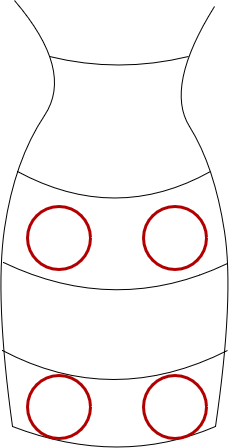
Above: Diagram bez tytułu3.png in adamski83/sklep (draw.io), before the change. Source tidied: cells renumbered, new cells last; positions are measured from the earlier drawing's top-left corner, leaving out a move shared by most shapes. Its diagram source:
```xml
<mxGraphModel>
  <root>
    <mxCell id="0" />
    <mxCell id="1" parent="0" />
    <mxCell id="2" style="endArrow=none;html=1;strokeColor=#000000;strokeWidth=1;curved=1;" parent="1" edge="1">
      <mxGeometry relative="1" as="geometry">
        <mxPoint x="221" y="426" as="sourcePoint" />
        <mxPoint x="220" y="6" as="targetPoint" />
        <Array as="points">
          <mxPoint x="240" y="296" />
          <mxPoint x="220" y="166" />
          <mxPoint x="170" y="86" />
        </Array>
      </mxGeometry>
    </mxCell>
    <mxCell id="3" style="endArrow=none;html=1;strokeColor=#000000;strokeWidth=1;curved=1;" parent="1" edge="1">
      <mxGeometry relative="1" as="geometry">
        <mxPoint x="18" y="426" as="sourcePoint" />
        <mxPoint x="20" as="targetPoint" />
        <Array as="points">
          <mxPoint y="296" />
          <mxPoint x="20" y="160" />
          <mxPoint x="80" y="70" />
        </Array>
      </mxGeometry>
    </mxCell>
    <mxCell id="4" style="endArrow=none;html=1;strokeColor=#000000;strokeWidth=1;spacing=1;jumpSize=1;curved=1;" parent="1" edge="1">
      <mxGeometry relative="1" as="geometry">
        <mxPoint x="55" y="56" as="sourcePoint" />
        <mxPoint x="194" y="56" as="targetPoint" />
        <Array as="points">
          <mxPoint x="124" y="73" />
        </Array>
      </mxGeometry>
    </mxCell>
    <mxCell id="5" style="endArrow=none;html=1;strokeColor=#000000;strokeWidth=1;curved=1;" parent="1" edge="1">
      <mxGeometry relative="1" as="geometry">
        <mxPoint x="18" y="426" as="sourcePoint" />
        <mxPoint x="221" y="426" as="targetPoint" />
        <Array as="points">
          <mxPoint x="125" y="467" />
        </Array>
      </mxGeometry>
    </mxCell>
    <mxCell id="6" style="endArrow=none;html=1;strokeColor=#000000;strokeWidth=1;curved=1;" parent="1" edge="1">
      <mxGeometry relative="1" as="geometry">
        <mxPoint x="8" y="350" as="sourcePoint" />
        <mxPoint x="233" y="350" as="targetPoint" />
        <Array as="points">
          <mxPoint x="118" y="408" />
        </Array>
      </mxGeometry>
    </mxCell>
    <mxCell id="7" style="endArrow=none;html=1;strokeColor=#000000;strokeWidth=1;curved=1;" parent="1" edge="1">
      <mxGeometry relative="1" as="geometry">
        <mxPoint x="9" y="262" as="sourcePoint" />
        <mxPoint x="233" y="263" as="targetPoint" />
        <Array as="points">
          <mxPoint x="122" y="316" />
        </Array>
      </mxGeometry>
    </mxCell>
    <mxCell id="8" style="endArrow=none;html=1;strokeColor=#000000;strokeWidth=1;curved=1;" parent="1" edge="1">
      <mxGeometry relative="1" as="geometry">
        <mxPoint x="23" y="171" as="sourcePoint" />
        <mxPoint x="216" y="171" as="targetPoint" />
        <Array as="points">
          <mxPoint x="121" y="224" />
        </Array>
      </mxGeometry>
    </mxCell>
    <mxCell id="9" style="ellipse;whiteSpace=wrap;html=1;rounded=0;sketch=0;strokeWidth=3;strokeColor=#B20000;fontColor=#ffffff;fillColor=none;" parent="1" vertex="1">
      <mxGeometry x="149" y="375" width="63" height="63" as="geometry" />
    </mxCell>
    <mxCell id="10" style="ellipse;whiteSpace=wrap;html=1;rounded=0;sketch=0;strokeWidth=3;strokeColor=#B20000;fontColor=#ffffff;fillColor=none;" parent="1" vertex="1">
      <mxGeometry x="33" y="375" width="63" height="63" as="geometry" />
    </mxCell>
    <mxCell id="11" style="ellipse;whiteSpace=wrap;html=1;rounded=0;sketch=0;strokeWidth=3;strokeColor=#B20000;fontColor=#ffffff;fillColor=none;" parent="1" vertex="1">
      <mxGeometry x="149" y="206" width="63" height="63" as="geometry" />
    </mxCell>
    <mxCell id="12" style="ellipse;whiteSpace=wrap;html=1;rounded=0;sketch=0;strokeWidth=3;strokeColor=#B20000;fontColor=#ffffff;fillColor=none;" parent="1" vertex="1">
      <mxGeometry x="33" y="206" width="63" height="63" as="geometry" />
    </mxCell>
  </root>
</mxGraphModel>
```
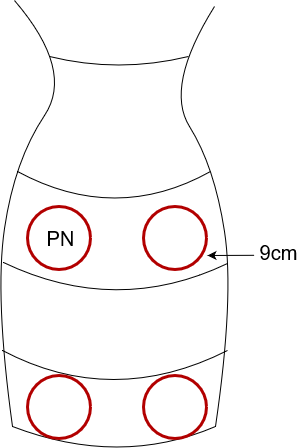
The same file after the commit.

Change to the diagram source:
```diff
@@ -81,5 +81,16 @@
     <mxCell id="12" style="ellipse;whiteSpace=wrap;html=1;rounded=0;sketch=0;strokeWidth=3;strokeColor=#B20000;fontColor=#ffffff;fillColor=none;" parent="1" vertex="1">
       <mxGeometry x="33" y="206" width="63" height="63" as="geometry" />
     </mxCell>
+    <mxCell id="13" value="PN" style="text;html=1;align=center;verticalAlign=middle;fontSize=20;" parent="1" vertex="1">
+      <mxGeometry x="46" y="223" width="39" height="29" as="geometry" />
+    </mxCell>
+    <mxCell id="14" value="9cm" style="text;html=1;align=center;verticalAlign=middle;points=[];fontSize=20;" parent="1" vertex="1">
+      <mxGeometry x="259" y="237" width="49" height="29" as="geometry" />
+    </mxCell>
+    <mxCell id="15" style="endArrow=classic;html=1;strokeColor=#000000;strokeWidth=1;fontSize=20;exitX=0.016;exitY=0.614;exitDx=0;exitDy=0;exitPerimeter=0;" parent="1" edge="1" source="14">
+      <mxGeometry relative="1" as="geometry">
+        <mxPoint x="213" y="255" as="targetPoint" />
+      </mxGeometry>
+    </mxCell>
   </root>
 </mxGraphModel>
```
